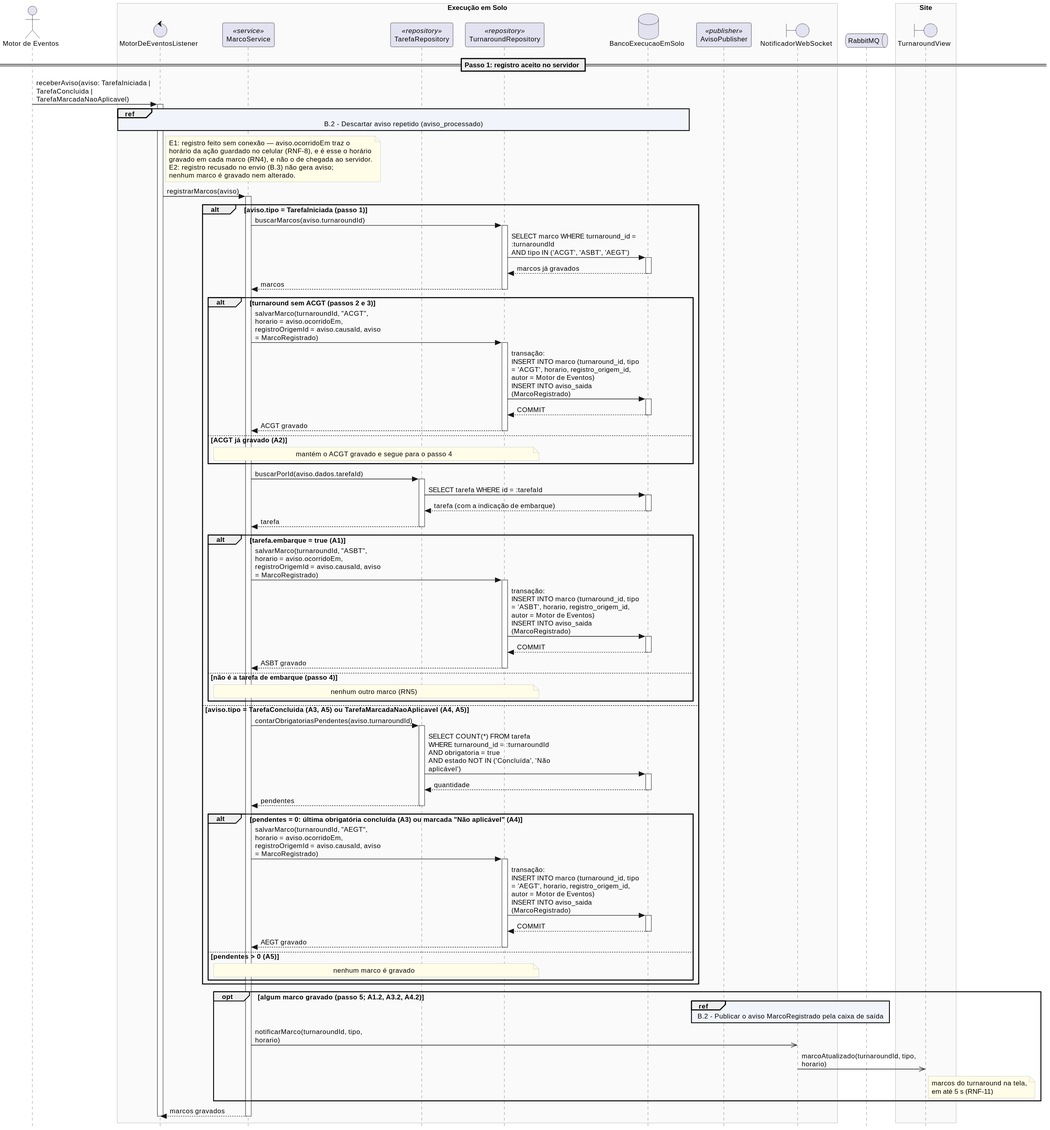
Before: especificacao/diagramas/14-sequencia-uc20.svg, a diagram exported from PlantUML (Aircraft-Turnaround-Operations-Manager/aircraft-turnaround-docs).
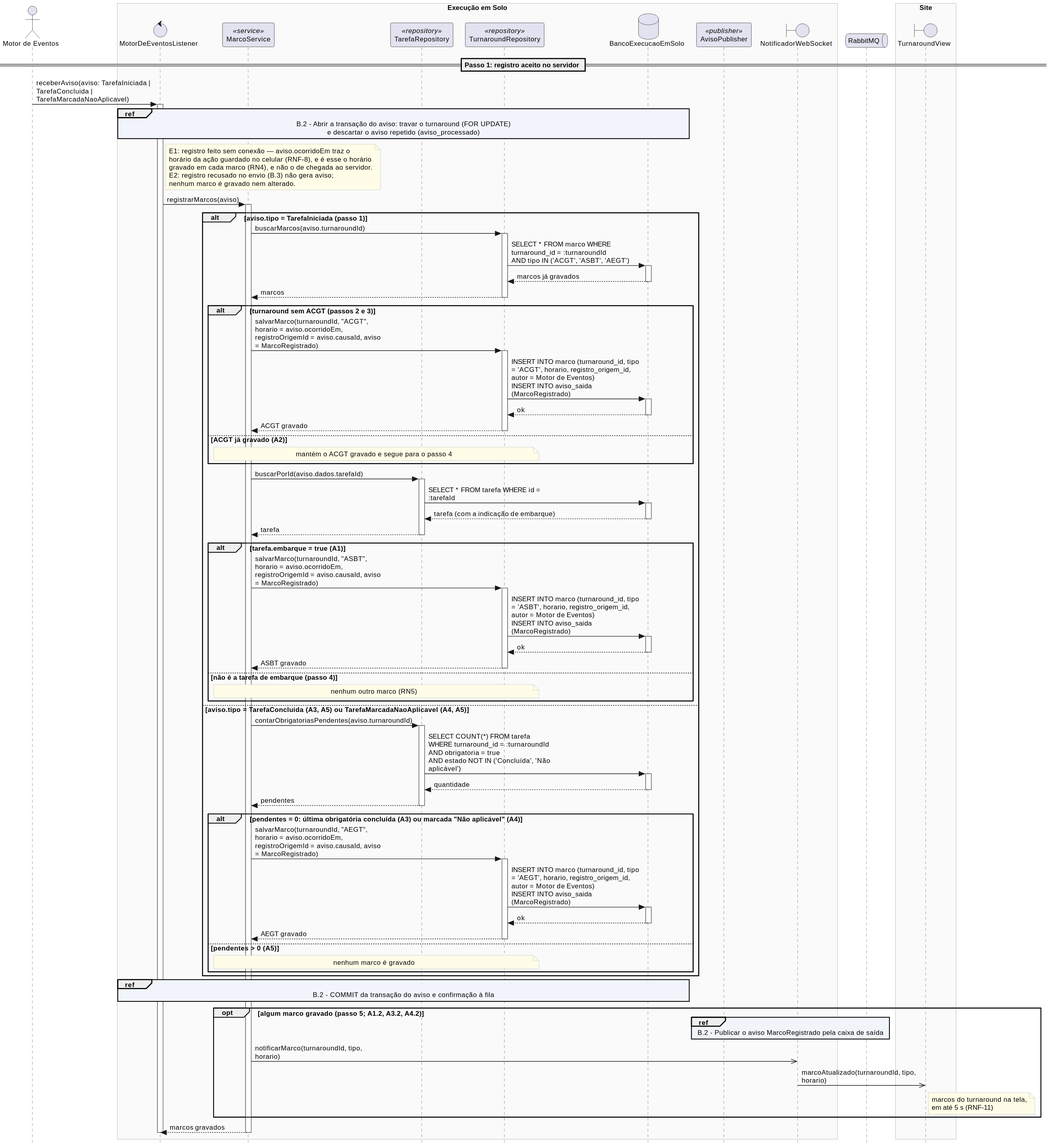
After the change.

What changed in the source:
```diff
@@ -19,7 +19,7 @@
 == Passo 1: registro aceito no servidor ==
 motor -> lst : receberAviso(aviso: TarefaIniciada | TarefaConcluida | TarefaMarcadaNaoAplicavel)
 activate lst
-ref over lst, db : B.2 - Descartar aviso repetido (aviso_processado)
+ref over lst, db : B.2 - Abrir a transação do aviso: travar o turnaround (FOR UPDATE)\ne descartar o aviso repetido (aviso_processado)
 note right of lst
   E1: registro feito sem conexão — aviso.ocorridoEm traz o
   horário da ação guardado no celular (RNF-8), e é esse o horário
@@ -33,7 +33,7 @@
 alt aviso.tipo = TarefaIniciada (passo 1)
   svc -> tur : buscarMarcos(aviso.turnaroundId)
   activate tur
-  tur -> db : SELECT marco WHERE turnaround_id = :turnaroundId\nAND tipo IN ('ACGT', 'ASBT', 'AEGT')
+  tur -> db : SELECT * FROM marco WHERE turnaround_id = :turnaroundId\nAND tipo IN ('ACGT', 'ASBT', 'AEGT')
   activate db
   db --> tur : marcos já gravados
   deactivate db
@@ -42,9 +42,9 @@
   alt turnaround sem ACGT (passos 2 e 3)
     svc -> tur : salvarMarco(turnaroundId, "ACGT", horario = aviso.ocorridoEm, registroOrigemId = aviso.causaId, aviso = MarcoRegistrado)
     activate tur
-    tur -> db : transação:\nINSERT INTO marco (turnaround_id, tipo = 'ACGT', horario, registro_origem_id, autor = Motor de Eventos)\nINSERT INTO aviso_saida (MarcoRegistrado)
+    tur -> db : INSERT INTO marco (turnaround_id, tipo = 'ACGT', horario, registro_origem_id, autor = Motor de Eventos)\nINSERT INTO aviso_saida (MarcoRegistrado)
     activate db
-    db --> tur : COMMIT
+    db --> tur : ok
     deactivate db
     tur --> svc : ACGT gravado
     deactivate tur
@@ -53,7 +53,7 @@
   end
   svc -> tar : buscarPorId(aviso.dados.tarefaId)
   activate tar
-  tar -> db : SELECT tarefa WHERE id = :tarefaId
+  tar -> db : SELECT * FROM tarefa WHERE id = :tarefaId
   activate db
   db --> tar : tarefa (com a indicação de embarque)
   deactivate db
@@ -62,9 +62,9 @@
   alt tarefa.embarque = true (A1)
     svc -> tur : salvarMarco(turnaroundId, "ASBT", horario = aviso.ocorridoEm, registroOrigemId = aviso.causaId, aviso = MarcoRegistrado)
     activate tur
-    tur -> db : transação:\nINSERT INTO marco (turnaround_id, tipo = 'ASBT', horario, registro_origem_id, autor = Motor de Eventos)\nINSERT INTO aviso_saida (MarcoRegistrado)
+    tur -> db : INSERT INTO marco (turnaround_id, tipo = 'ASBT', horario, registro_origem_id, autor = Motor de Eventos)\nINSERT INTO aviso_saida (MarcoRegistrado)
     activate db
-    db --> tur : COMMIT
+    db --> tur : ok
     deactivate db
     tur --> svc : ASBT gravado
     deactivate tur
@@ -83,9 +83,9 @@
   alt pendentes = 0: última obrigatória concluída (A3) ou marcada "Não aplicável" (A4)
     svc -> tur : salvarMarco(turnaroundId, "AEGT", horario = aviso.ocorridoEm, registroOrigemId = aviso.causaId, aviso = MarcoRegistrado)
     activate tur
-    tur -> db : transação:\nINSERT INTO marco (turnaround_id, tipo = 'AEGT', horario, registro_origem_id, autor = Motor de Eventos)\nINSERT INTO aviso_saida (MarcoRegistrado)
+    tur -> db : INSERT INTO marco (turnaround_id, tipo = 'AEGT', horario, registro_origem_id, autor = Motor de Eventos)\nINSERT INTO aviso_saida (MarcoRegistrado)
     activate db
-    db --> tur : COMMIT
+    db --> tur : ok
     deactivate db
     tur --> svc : AEGT gravado
     deactivate tur
@@ -94,6 +94,7 @@
   end
 end
 
+ref over lst, db : B.2 - COMMIT da transação do aviso e confirmação à fila
 opt algum marco gravado (passo 5; A1.2, A3.2, A4.2)
   ref over pub, mq : B.2 - Publicar o aviso MarcoRegistrado pela caixa de saída
   svc ->> ws : notificarMarco(turnaroundId, tipo, horario)
```
